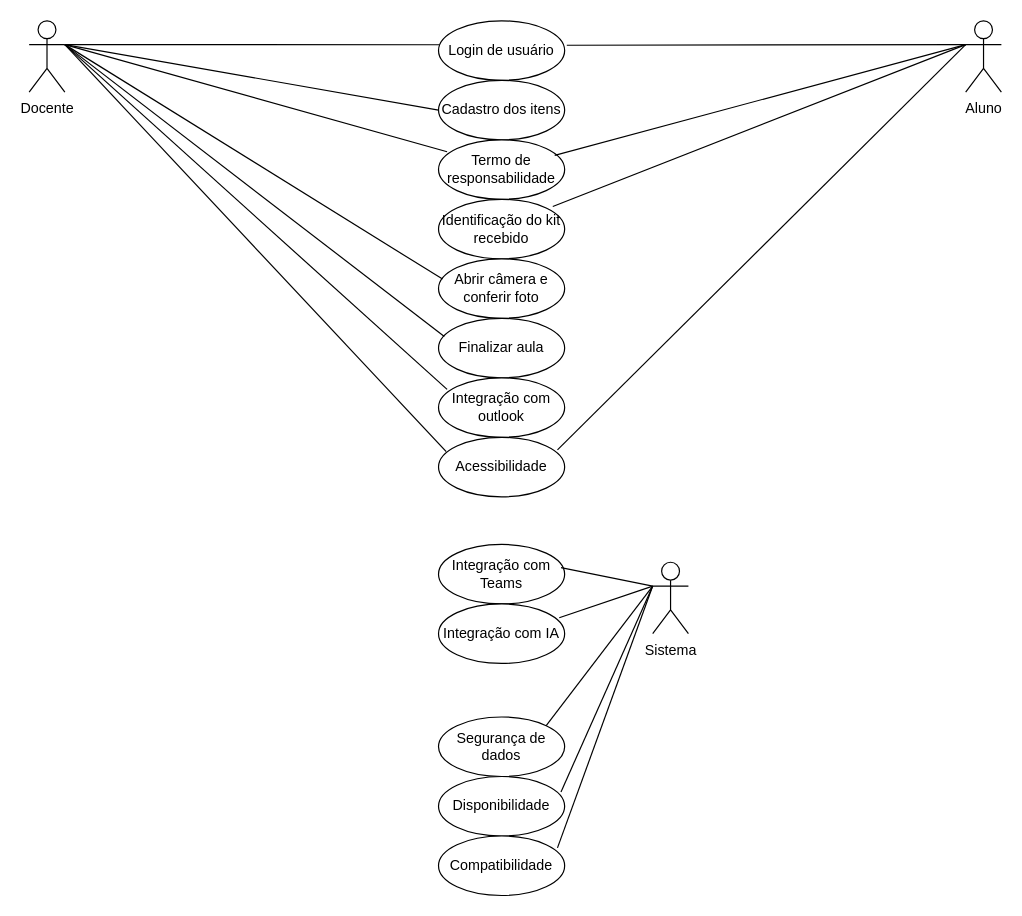
The draw.io diagram UC1/Diagramas de caso de uso/Briefing - Sala Maker - Diagrama de Casos de Uso.drawio in gaelos7k/Desenvolvimento-de-sistemas-Senac, before the edit. Source tidied: cells renumbered, new cells numbered last; positions are measured from the earlier drawing's top-left corner, leaving out a move shared by most shapes. Both pictures are drawn from the tidied source at 119%, with x=0, y=0 at pixel (29, 20).
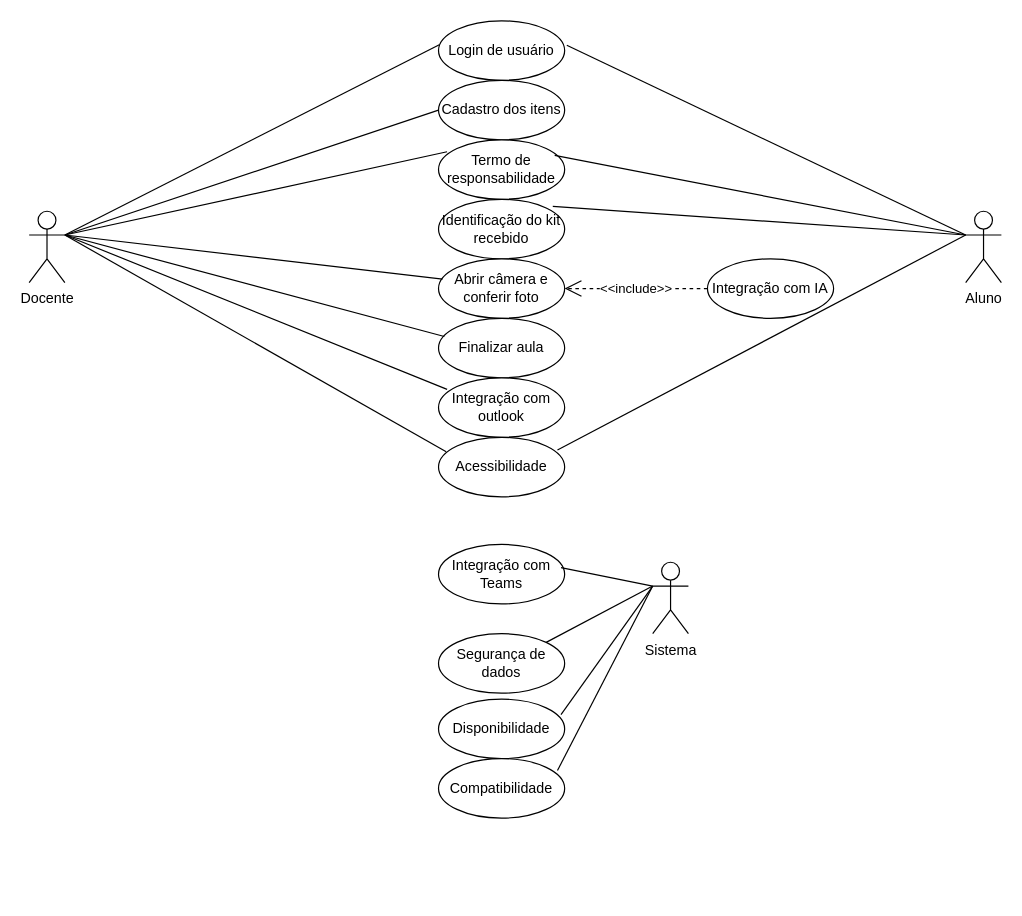
Above is the later version.

Commit message (it also covers changes not shown here):
Correção diagrama da cado de uso

The change refers to these unchanged cells:
```xml
<mxCell id="6" value="Abrir câmera e conferir foto" style="ellipse;whiteSpace=wrap;html=1;" parent="1" vertex="1">
  <mxGeometry x="344" y="200" width="106" height="50" as="geometry" />
</mxCell>
<mxCell id="22" value="Sistema" style="shape=umlActor;verticalLabelPosition=bottom;verticalAlign=top;html=1;outlineConnect=0;" parent="1" vertex="1">
  <mxGeometry x="524" y="455" width="30" height="60" as="geometry" />
</mxCell>
```

Diff of the diagram source:
```diff
@@
     <mxCell id="10" value="Integração com IA" style="ellipse;whiteSpace=wrap;html=1;" parent="1" vertex="1">
-      <mxGeometry x="344" y="490" width="106" height="50" as="geometry" />
+      <mxGeometry x="570" y="200" width="106" height="50" as="geometry" />
     </mxCell>
     <mxCell id="11" value="Docente" style="shape=umlActor;verticalLabelPosition=bottom;verticalAlign=top;html=1;outlineConnect=0;" parent="1" vertex="1">
-      <mxGeometry width="30" height="60" as="geometry" />
+      <mxGeometry y="160" width="30" height="60" as="geometry" />
     </mxCell>
     <mxCell id="12" value="Aluno" style="shape=umlActor;verticalLabelPosition=bottom;verticalAlign=top;html=1;outlineConnect=0;" parent="1" vertex="1">
-      <mxGeometry x="787" width="30" height="60" as="geometry" />
+      <mxGeometry x="787" y="160" width="30" height="60" as="geometry" />
     </mxCell>
@@
-    <mxCell id="23" style="endArrow=none;html=1;rounded=0;entryX=0;entryY=0.3333333333333333;entryDx=0;entryDy=0;entryPerimeter=0;exitX=0.957;exitY=0.233;exitDx=0;exitDy=0;exitPerimeter=0;" parent="1" edge="1" source="10" target="22">
-      <mxGeometry relative="1" as="geometry" />
-    </mxCell>
@@
     <mxCell id="25" value="Disponibilidade" style="ellipse;whiteSpace=wrap;html=1;" parent="1" vertex="1">
-      <mxGeometry x="344" y="635" width="106" height="50" as="geometry" />
+      <mxGeometry x="344" y="570" width="106" height="50" as="geometry" />
     </mxCell>
     <mxCell id="26" value="Compatibilidade" style="ellipse;whiteSpace=wrap;html=1;" parent="1" vertex="1">
-      <mxGeometry x="344" y="685" width="106" height="50" as="geometry" />
+      <mxGeometry x="344" y="620" width="106" height="50" as="geometry" />
     </mxCell>
     <mxCell id="27" value="Segurança de dados" style="ellipse;whiteSpace=wrap;html=1;" parent="1" vertex="1">
-      <mxGeometry x="344" y="585" width="106" height="50" as="geometry" />
+      <mxGeometry x="344" y="515" width="106" height="50" as="geometry" />
     </mxCell>
@@
+    <mxCell id="34" value="&amp;lt;&amp;lt;include&amp;gt;&amp;gt;" style="endArrow=open;endSize=12;dashed=1;html=1;rounded=0;exitX=0;exitY=0.5;exitDx=0;exitDy=0;entryX=1;entryY=0.5;entryDx=0;entryDy=0;" parent="1" edge="1" source="10" target="6">
+      <mxGeometry relative="1" as="geometry" />
+    </mxCell>
```
